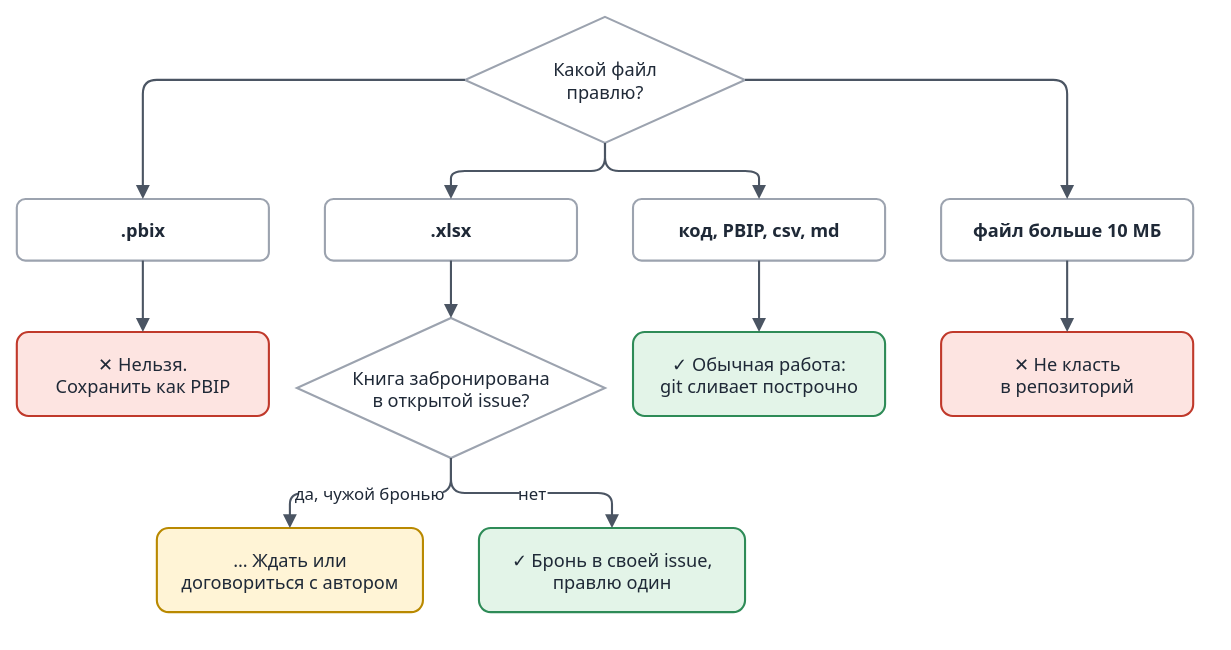
Trest-SZMA/.github keeps this draw.io diagram as схемы/3-faily.drawio.svg. Above is the earlier version. Source tidied: cells renumbered, new cells last; positions are measured from the earlier drawing's top-left corner, leaving out a move shared by most shapes. Its diagram source:
```xml
<mxGraphModel background="#FFFFFF">
  <root>
    <mxCell id="0" />
    <mxCell id="1" parent="0" />
    <mxCell id="2" value="Какой файл&#10;правлю?" style="rhombus;html=0;fontFamily=Segoe UI;fontColor=#1F2937;fontSize=13;fillColor=#FFFFFF;strokeColor=#9CA3AF;strokeWidth=1.5;" parent="1" vertex="1">
      <mxGeometry x="320" width="200" height="90" as="geometry" />
    </mxCell>
    <mxCell id="3" value=".pbix" style="rounded=1;arcSize=14;html=0;fontFamily=Segoe UI;fontColor=#1F2937;fontSize=13;fillColor=#FFFFFF;strokeColor=#9CA3AF;strokeWidth=1.5;fontStyle=1;" parent="1" vertex="1">
      <mxGeometry y="130" width="180" height="44" as="geometry" />
    </mxCell>
    <mxCell id="4" value=".xlsx" style="rounded=1;arcSize=14;html=0;fontFamily=Segoe UI;fontColor=#1F2937;fontSize=13;fillColor=#FFFFFF;strokeColor=#9CA3AF;strokeWidth=1.5;fontStyle=1;" parent="1" vertex="1">
      <mxGeometry x="220" y="130" width="180" height="44" as="geometry" />
    </mxCell>
    <mxCell id="5" value="код, PBIP, csv, md" style="rounded=1;arcSize=14;html=0;fontFamily=Segoe UI;fontColor=#1F2937;fontSize=13;fillColor=#FFFFFF;strokeColor=#9CA3AF;strokeWidth=1.5;fontStyle=1;" parent="1" vertex="1">
      <mxGeometry x="440" y="130" width="180" height="44" as="geometry" />
    </mxCell>
    <mxCell id="6" value="файл больше 10 МБ" style="rounded=1;arcSize=14;html=0;fontFamily=Segoe UI;fontColor=#1F2937;fontSize=13;fillColor=#FFFFFF;strokeColor=#9CA3AF;strokeWidth=1.5;fontStyle=1;" parent="1" vertex="1">
      <mxGeometry x="660" y="130" width="180" height="44" as="geometry" />
    </mxCell>
    <mxCell id="7" style="edgeStyle=orthogonalEdgeStyle;rounded=1;html=0;fontFamily=Segoe UI;fontColor=#1F2937;fontSize=12;strokeColor=#4B5563;strokeWidth=1.5;endArrow=block;endFill=1;endSize=6;labelBackgroundColor=#FFFFFF;" parent="1" edge="1" source="2" target="3">
      <mxGeometry relative="1" as="geometry" />
    </mxCell>
    <mxCell id="8" style="edgeStyle=orthogonalEdgeStyle;rounded=1;html=0;fontFamily=Segoe UI;fontColor=#1F2937;fontSize=12;strokeColor=#4B5563;strokeWidth=1.5;endArrow=block;endFill=1;endSize=6;labelBackgroundColor=#FFFFFF;" parent="1" edge="1" source="2" target="4">
      <mxGeometry relative="1" as="geometry" />
    </mxCell>
    <mxCell id="9" style="edgeStyle=orthogonalEdgeStyle;rounded=1;html=0;fontFamily=Segoe UI;fontColor=#1F2937;fontSize=12;strokeColor=#4B5563;strokeWidth=1.5;endArrow=block;endFill=1;endSize=6;labelBackgroundColor=#FFFFFF;" parent="1" edge="1" source="2" target="5">
      <mxGeometry relative="1" as="geometry" />
    </mxCell>
    <mxCell id="10" style="edgeStyle=orthogonalEdgeStyle;rounded=1;html=0;fontFamily=Segoe UI;fontColor=#1F2937;fontSize=12;strokeColor=#4B5563;strokeWidth=1.5;endArrow=block;endFill=1;endSize=6;labelBackgroundColor=#FFFFFF;" parent="1" edge="1" source="2" target="6">
      <mxGeometry relative="1" as="geometry" />
    </mxCell>
    <mxCell id="11" value="✕  Нельзя.&#10;Сохранить как PBIP" style="rounded=1;arcSize=14;html=0;fontFamily=Segoe UI;fontColor=#1F2937;fontSize=13;fillColor=#FDE4E1;strokeColor=#C0392B;strokeWidth=1.5;" parent="1" vertex="1">
      <mxGeometry y="225" width="180" height="60" as="geometry" />
    </mxCell>
    <mxCell id="12" value="Книга забронирована&#10;в открытой issue?" style="rhombus;html=0;fontFamily=Segoe UI;fontColor=#1F2937;fontSize=13;fillColor=#FFFFFF;strokeColor=#9CA3AF;strokeWidth=1.5;" parent="1" vertex="1">
      <mxGeometry x="200" y="215" width="220" height="100" as="geometry" />
    </mxCell>
    <mxCell id="13" value="✓  Обычная работа:&#10;git сливает построчно" style="rounded=1;arcSize=14;html=0;fontFamily=Segoe UI;fontColor=#1F2937;fontSize=13;fillColor=#E3F4E8;strokeColor=#2E8B57;strokeWidth=1.5;" parent="1" vertex="1">
      <mxGeometry x="440" y="225" width="180" height="60" as="geometry" />
    </mxCell>
    <mxCell id="14" value="✕  Не класть&#10;в репозиторий" style="rounded=1;arcSize=14;html=0;fontFamily=Segoe UI;fontColor=#1F2937;fontSize=13;fillColor=#FDE4E1;strokeColor=#C0392B;strokeWidth=1.5;" parent="1" vertex="1">
      <mxGeometry x="660" y="225" width="180" height="60" as="geometry" />
    </mxCell>
    <mxCell id="15" style="edgeStyle=orthogonalEdgeStyle;rounded=1;html=0;fontFamily=Segoe UI;fontColor=#1F2937;fontSize=12;strokeColor=#4B5563;strokeWidth=1.5;endArrow=block;endFill=1;endSize=6;labelBackgroundColor=#FFFFFF;" parent="1" edge="1" source="3" target="11">
      <mxGeometry relative="1" as="geometry" />
    </mxCell>
    <mxCell id="16" style="edgeStyle=orthogonalEdgeStyle;rounded=1;html=0;fontFamily=Segoe UI;fontColor=#1F2937;fontSize=12;strokeColor=#4B5563;strokeWidth=1.5;endArrow=block;endFill=1;endSize=6;labelBackgroundColor=#FFFFFF;" parent="1" edge="1" source="4" target="12">
      <mxGeometry relative="1" as="geometry" />
    </mxCell>
    <mxCell id="17" style="edgeStyle=orthogonalEdgeStyle;rounded=1;html=0;fontFamily=Segoe UI;fontColor=#1F2937;fontSize=12;strokeColor=#4B5563;strokeWidth=1.5;endArrow=block;endFill=1;endSize=6;labelBackgroundColor=#FFFFFF;" parent="1" edge="1" source="5" target="13">
      <mxGeometry relative="1" as="geometry" />
    </mxCell>
    <mxCell id="18" style="edgeStyle=orthogonalEdgeStyle;rounded=1;html=0;fontFamily=Segoe UI;fontColor=#1F2937;fontSize=12;strokeColor=#4B5563;strokeWidth=1.5;endArrow=block;endFill=1;endSize=6;labelBackgroundColor=#FFFFFF;" parent="1" edge="1" source="6" target="14">
      <mxGeometry relative="1" as="geometry" />
    </mxCell>
    <mxCell id="19" value="…  Ждать или&#10;договориться с автором" style="rounded=1;arcSize=14;html=0;fontFamily=Segoe UI;fontColor=#1F2937;fontSize=13;fillColor=#FFF4D6;strokeColor=#B98900;strokeWidth=1.5;" parent="1" vertex="1">
      <mxGeometry x="100" y="365" width="190" height="60" as="geometry" />
    </mxCell>
    <mxCell id="20" value="✓  Бронь в своей issue,&#10;правлю один" style="rounded=1;arcSize=14;html=0;fontFamily=Segoe UI;fontColor=#1F2937;fontSize=13;fillColor=#E3F4E8;strokeColor=#2E8B57;strokeWidth=1.5;" parent="1" vertex="1">
      <mxGeometry x="330" y="365" width="190" height="60" as="geometry" />
    </mxCell>
    <mxCell id="21" value="да, чужой бронью" style="edgeStyle=orthogonalEdgeStyle;rounded=1;html=0;fontFamily=Segoe UI;fontColor=#1F2937;fontSize=12;strokeColor=#4B5563;strokeWidth=1.5;endArrow=block;endFill=1;endSize=6;labelBackgroundColor=#FFFFFF;" parent="1" edge="1" source="12" target="19">
      <mxGeometry relative="1" as="geometry" />
    </mxCell>
    <mxCell id="22" value="нет" style="edgeStyle=orthogonalEdgeStyle;rounded=1;html=0;fontFamily=Segoe UI;fontColor=#1F2937;fontSize=12;strokeColor=#4B5563;strokeWidth=1.5;endArrow=block;endFill=1;endSize=6;labelBackgroundColor=#FFFFFF;" parent="1" edge="1" source="12" target="20">
      <mxGeometry relative="1" as="geometry" />
    </mxCell>
  </root>
</mxGraphModel>
```
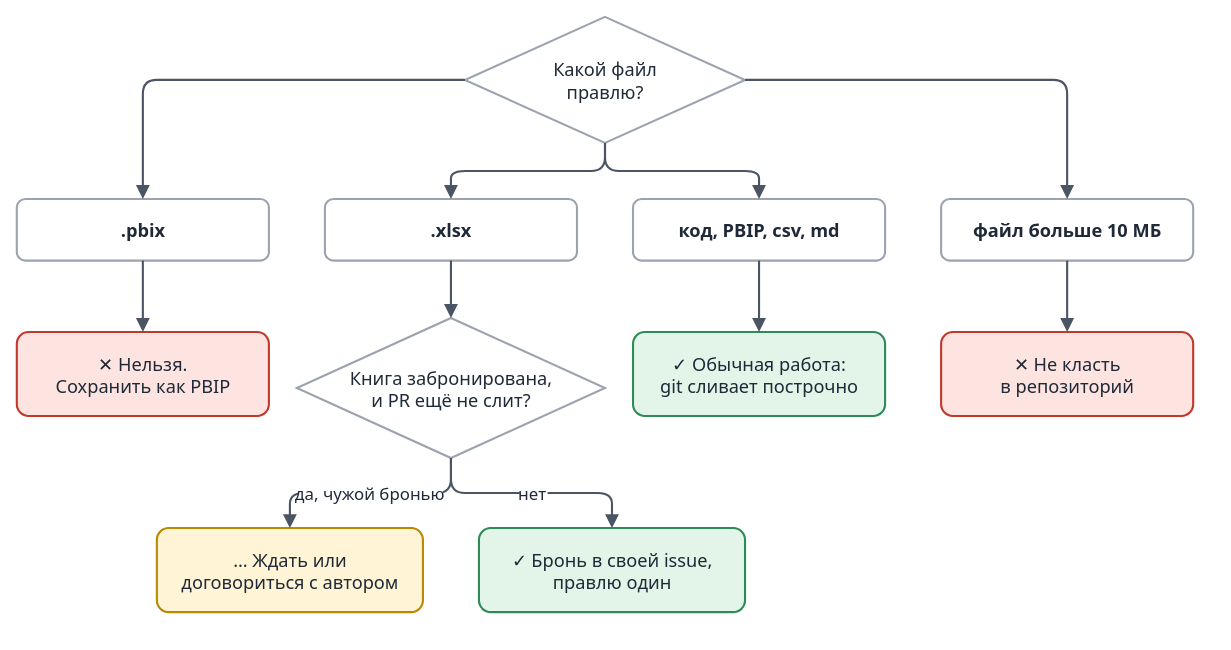
The same diagram one commit later.

Diff of the diagram source:
```diff
@@ -32,7 +32,7 @@
     <mxCell id="11" value="✕  Нельзя.&#10;Сохранить как PBIP" style="rounded=1;arcSize=14;html=0;fontFamily=Segoe UI;fontColor=#1F2937;fontSize=13;fillColor=#FDE4E1;strokeColor=#C0392B;strokeWidth=1.5;" parent="1" vertex="1">
       <mxGeometry y="225" width="180" height="60" as="geometry" />
     </mxCell>
-    <mxCell id="12" value="Книга забронирована&#10;в открытой issue?" style="rhombus;html=0;fontFamily=Segoe UI;fontColor=#1F2937;fontSize=13;fillColor=#FFFFFF;strokeColor=#9CA3AF;strokeWidth=1.5;" parent="1" vertex="1">
+    <mxCell id="12" value="Книга забронирована,&#10;и PR ещё не слит?" style="rhombus;html=0;fontFamily=Segoe UI;fontColor=#1F2937;fontSize=13;fillColor=#FFFFFF;strokeColor=#9CA3AF;strokeWidth=1.5;" parent="1" vertex="1">
       <mxGeometry x="200" y="215" width="220" height="100" as="geometry" />
     </mxCell>
     <mxCell id="13" value="✓  Обычная работа:&#10;git сливает построчно" style="rounded=1;arcSize=14;html=0;fontFamily=Segoe UI;fontColor=#1F2937;fontSize=13;fillColor=#E3F4E8;strokeColor=#2E8B57;strokeWidth=1.5;" parent="1" vertex="1">
```
